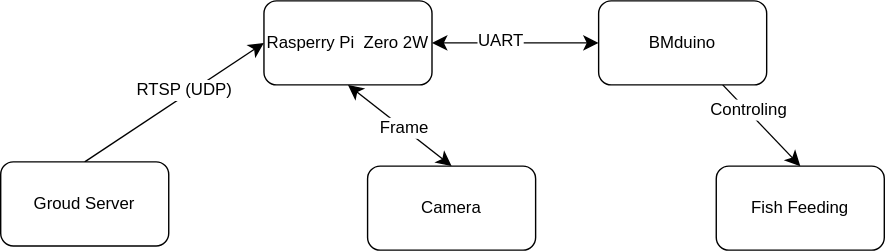
CliffyangZ/Optimal-Control-For-Aquaculture keeps this draw.io diagram as assets/Sys_Arch.drawio.svg. Above is the earlier version. Source tidied: cells renumbered, new cells last; positions are measured from the earlier drawing's top-left corner, leaving out a move shared by most shapes. Source of this version:
```xml
<mxGraphModel>
  <root>
    <mxCell id="0" />
    <mxCell id="1" parent="0" />
    <mxCell id="2" style="edgeStyle=none;curved=1;rounded=0;jettySize=auto;html=1;entryX=0;entryY=0.5;entryDx=0;entryDy=0;fontSize=12;startSize=8;endSize=8;exitX=0.5;exitY=0;exitDx=0;exitDy=0;" parent="1" edge="1" source="11" target="4">
      <mxGeometry relative="1" as="geometry" />
    </mxCell>
    <mxCell id="3" value="RTSP (UDP)" style="edgeLabel;html=1;align=center;verticalAlign=middle;fontSize=12;" parent="2" vertex="1">
      <mxGeometry x="0.13" y="4" relative="1" as="geometry">
        <mxPoint x="1" as="offset" />
      </mxGeometry>
    </mxCell>
    <mxCell id="4" value="Rasperry Pi&amp;nbsp; Zero 2W" style="rounded=1;whiteSpace=wrap;html=1;" parent="1" vertex="1">
      <mxGeometry x="188" width="120" height="60" as="geometry" />
    </mxCell>
    <mxCell id="5" style="edgeStyle=none;curved=1;rounded=0;jettySize=auto;html=1;entryX=0.5;entryY=0;entryDx=0;entryDy=0;fontSize=12;startSize=8;endSize=8;" parent="1" edge="1" source="7" target="8">
      <mxGeometry relative="1" as="geometry" />
    </mxCell>
    <mxCell id="6" value="Controling" style="edgeLabel;html=1;align=center;verticalAlign=middle;fontSize=12;" parent="5" vertex="1">
      <mxGeometry x="-0.4" y="1" relative="1" as="geometry" />
    </mxCell>
    <mxCell id="7" value="BMduino" style="rounded=1;whiteSpace=wrap;html=1;" parent="1" vertex="1">
      <mxGeometry x="427" width="120" height="60" as="geometry" />
    </mxCell>
    <mxCell id="8" value="Fish Feeding" style="rounded=1;whiteSpace=wrap;html=1;" parent="1" vertex="1">
      <mxGeometry x="511" y="118" width="120" height="60" as="geometry" />
    </mxCell>
    <mxCell id="9" style="endArrow=classic;startArrow=classic;html=1;rounded=0;fontSize=12;startSize=8;endSize=8;curved=1;exitX=1;exitY=0.5;exitDx=0;exitDy=0;entryX=0;entryY=0.5;entryDx=0;entryDy=0;" parent="1" edge="1" source="4" target="7">
      <mxGeometry relative="1" as="geometry" />
    </mxCell>
    <mxCell id="10" value="UART" style="edgeLabel;html=1;align=center;verticalAlign=middle;fontSize=12;" parent="9" vertex="1">
      <mxGeometry x="-0.19" y="1" relative="1" as="geometry" />
    </mxCell>
    <mxCell id="11" value="Groud Server" style="rounded=1;whiteSpace=wrap;html=1;" parent="1" vertex="1">
      <mxGeometry y="115" width="120" height="60" as="geometry" />
    </mxCell>
    <mxCell id="12" value="Camera" style="rounded=1;whiteSpace=wrap;html=1;" parent="1" vertex="1">
      <mxGeometry x="262" y="118" width="120" height="60" as="geometry" />
    </mxCell>
    <mxCell id="13" style="endArrow=classic;startArrow=classic;html=1;rounded=0;fontSize=12;startSize=8;endSize=8;curved=1;entryX=0.5;entryY=0;entryDx=0;entryDy=0;exitX=0.5;exitY=1;exitDx=0;exitDy=0;" parent="1" edge="1" source="4" target="12">
      <mxGeometry relative="1" as="geometry" />
    </mxCell>
    <mxCell id="14" value="Frame" style="edgeLabel;html=1;align=center;verticalAlign=middle;fontSize=12;" parent="13" vertex="1">
      <mxGeometry x="0.07" relative="1" as="geometry" />
    </mxCell>
  </root>
</mxGraphModel>
```
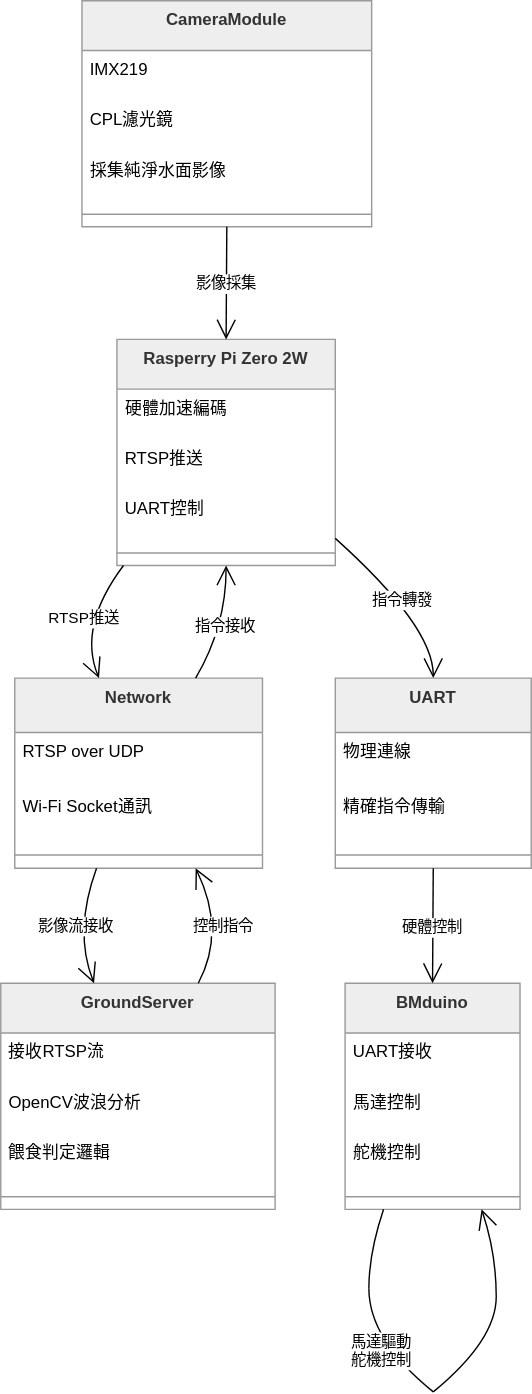
The same diagram one commit later.

Diff of the diagram source:
```diff
@@ -2,46 +2,158 @@
   <root>
     <mxCell id="0" />
     <mxCell id="1" parent="0" />
-    <mxCell id="2" style="edgeStyle=none;curved=1;rounded=0;jettySize=auto;html=1;entryX=0;entryY=0.5;entryDx=0;entryDy=0;fontSize=12;startSize=8;endSize=8;exitX=0.5;exitY=0;exitDx=0;exitDy=0;" parent="1" edge="1" source="11" target="4">
-      <mxGeometry relative="1" as="geometry" />
+    <mxCell id="2" value="CameraModule" style="swimlane;fontStyle=1;align=center;verticalAlign=top;horizontal=1;startSize=35.55555555555556;fillColor=light-dark(#eeeeee,#1f2020);strokeColor=light-dark(#999999,#cccccc);fontColor=light-dark(#333333,#cccccc);" parent="1" vertex="1">
+      <mxGeometry x="-613" y="376" width="207" height="161.6" as="geometry" />
     </mxCell>
-    <mxCell id="3" value="RTSP (UDP)" style="edgeLabel;html=1;align=center;verticalAlign=middle;fontSize=12;" parent="2" vertex="1">
-      <mxGeometry x="0.13" y="4" relative="1" as="geometry">
-        <mxPoint x="1" as="offset" />
-      </mxGeometry>
+    <mxCell id="3" value="IMX219" style="text;strokeColor=none;fillColor=none;align=left;verticalAlign=top;spacingLeft=4;spacingRight=4;overflow=hidden;" parent="2" vertex="1">
+      <mxGeometry y="35.6" width="207" height="36" as="geometry" />
     </mxCell>
-    <mxCell id="4" value="Rasperry Pi&amp;nbsp; Zero 2W" style="rounded=1;whiteSpace=wrap;html=1;" parent="1" vertex="1">
-      <mxGeometry x="188" width="120" height="60" as="geometry" />
+    <mxCell id="4" value="CPL濾光鏡" style="text;strokeColor=none;fillColor=none;align=left;verticalAlign=top;spacingLeft=4;spacingRight=4;overflow=hidden;points=[[0,0.5],[1,0.5]];portConstraint=eastwest;" parent="2" vertex="1">
+      <mxGeometry y="71.6" width="207" height="36" as="geometry" />
     </mxCell>
-    <mxCell id="5" style="edgeStyle=none;curved=1;rounded=0;jettySize=auto;html=1;entryX=0.5;entryY=0;entryDx=0;entryDy=0;fontSize=12;startSize=8;endSize=8;" parent="1" edge="1" source="7" target="8">
-      <mxGeometry relative="1" as="geometry" />
+    <mxCell id="5" value="採集純淨水面影像" style="text;strokeColor=none;fillColor=none;align=left;verticalAlign=top;spacingLeft=4;spacingRight=4;overflow=hidden;" parent="2" vertex="1">
+      <mxGeometry y="107.6" width="207" height="36" as="geometry" />
     </mxCell>
-    <mxCell id="6" value="Controling" style="edgeLabel;html=1;align=center;verticalAlign=middle;fontSize=12;" parent="5" vertex="1">
-      <mxGeometry x="-0.4" y="1" relative="1" as="geometry" />
+    <mxCell id="6" style="line;strokeWidth=1;fillColor=none;align=left;verticalAlign=middle;spacingTop=-1;spacingLeft=3;spacingRight=3;labelPosition=right;strokeColor=inherit;" parent="2" vertex="1">
+      <mxGeometry y="143.6" width="207" height="18" as="geometry" />
     </mxCell>
-    <mxCell id="7" value="BMduino" style="rounded=1;whiteSpace=wrap;html=1;" parent="1" vertex="1">
-      <mxGeometry x="427" width="120" height="60" as="geometry" />
+    <mxCell id="7" value="Rasperry Pi Zero 2W" style="swimlane;fontStyle=1;align=center;verticalAlign=top;horizontal=1;startSize=35.55555555555556;fillColor=light-dark(#eeeeee,#1f2020);strokeColor=light-dark(#999999,#cccccc);fontColor=light-dark(#333333,#cccccc);" parent="1" vertex="1">
+      <mxGeometry x="-588" y="618" width="156" height="161.6" as="geometry" />
     </mxCell>
-    <mxCell id="8" value="Fish Feeding" style="rounded=1;whiteSpace=wrap;html=1;" parent="1" vertex="1">
-      <mxGeometry x="511" y="118" width="120" height="60" as="geometry" />
+    <mxCell id="8" value="硬體加速編碼" style="text;strokeColor=none;fillColor=none;align=left;verticalAlign=top;spacingLeft=4;spacingRight=4;overflow=hidden;points=[[0,0.5],[1,0.5]];portConstraint=eastwest;" parent="7" vertex="1">
+      <mxGeometry y="35.6" width="156" height="36" as="geometry" />
     </mxCell>
-    <mxCell id="9" style="endArrow=classic;startArrow=classic;html=1;rounded=0;fontSize=12;startSize=8;endSize=8;curved=1;exitX=1;exitY=0.5;exitDx=0;exitDy=0;entryX=0;entryY=0.5;entryDx=0;entryDy=0;" parent="1" edge="1" source="4" target="7">
-      <mxGeometry relative="1" as="geometry" />
+    <mxCell id="9" value="RTSP推送" style="text;strokeColor=none;fillColor=none;align=left;verticalAlign=top;spacingLeft=4;spacingRight=4;overflow=hidden;" parent="7" vertex="1">
+      <mxGeometry y="71.6" width="156" height="36" as="geometry" />
     </mxCell>
-    <mxCell id="10" value="UART" style="edgeLabel;html=1;align=center;verticalAlign=middle;fontSize=12;" parent="9" vertex="1">
-      <mxGeometry x="-0.19" y="1" relative="1" as="geometry" />
+    <mxCell id="10" value="UART控制" style="text;strokeColor=none;fillColor=none;align=left;verticalAlign=top;spacingLeft=4;spacingRight=4;overflow=hidden;" parent="7" vertex="1">
+      <mxGeometry y="107.6" width="156" height="36" as="geometry" />
     </mxCell>
-    <mxCell id="11" value="Groud Server" style="rounded=1;whiteSpace=wrap;html=1;" parent="1" vertex="1">
-      <mxGeometry y="115" width="120" height="60" as="geometry" />
+    <mxCell id="11" style="line;strokeWidth=1;fillColor=none;align=left;verticalAlign=middle;spacingTop=-1;spacingLeft=3;spacingRight=3;labelPosition=right;points=[];portConstraint=eastwest;strokeColor=inherit;" parent="7" vertex="1">
+      <mxGeometry y="143.6" width="156" height="18" as="geometry" />
     </mxCell>
-    <mxCell id="12" value="Camera" style="rounded=1;whiteSpace=wrap;html=1;" parent="1" vertex="1">
-      <mxGeometry x="262" y="118" width="120" height="60" as="geometry" />
+    <mxCell id="12" value="GroundServer" style="swimlane;fontStyle=1;align=center;verticalAlign=top;horizontal=1;startSize=35.55555555555556;fillColor=light-dark(#eeeeee,#1f2020);strokeColor=light-dark(#999999,#cccccc);fontColor=light-dark(#333333,#cccccc);" parent="1" vertex="1">
+      <mxGeometry x="-671" y="1078" width="196" height="161.6" as="geometry" />
     </mxCell>
-    <mxCell id="13" style="endArrow=classic;startArrow=classic;html=1;rounded=0;fontSize=12;startSize=8;endSize=8;curved=1;entryX=0.5;entryY=0;entryDx=0;entryDy=0;exitX=0.5;exitY=1;exitDx=0;exitDy=0;" parent="1" edge="1" source="4" target="12">
-      <mxGeometry relative="1" as="geometry" />
+    <mxCell id="13" value="接收RTSP流" style="text;strokeColor=none;fillColor=none;align=left;verticalAlign=top;spacingLeft=4;spacingRight=4;overflow=hidden;" parent="12" vertex="1">
+      <mxGeometry y="35.6" width="196" height="36" as="geometry" />
     </mxCell>
-    <mxCell id="14" value="Frame" style="edgeLabel;html=1;align=center;verticalAlign=middle;fontSize=12;" parent="13" vertex="1">
-      <mxGeometry x="0.07" relative="1" as="geometry" />
+    <mxCell id="14" value="OpenCV波浪分析" style="text;strokeColor=none;fillColor=none;align=left;verticalAlign=top;spacingLeft=4;spacingRight=4;overflow=hidden;" parent="12" vertex="1">
+      <mxGeometry y="71.6" width="196" height="36" as="geometry" />
     </mxCell>
+    <mxCell id="15" value="餵食判定邏輯" style="text;strokeColor=none;fillColor=none;align=left;verticalAlign=top;spacingLeft=4;spacingRight=4;overflow=hidden;" parent="12" vertex="1">
+      <mxGeometry y="107.6" width="196" height="36" as="geometry" />
+    </mxCell>
+    <mxCell id="16" style="line;strokeWidth=1;fillColor=none;align=left;verticalAlign=middle;spacingTop=-1;spacingLeft=3;spacingRight=3;labelPosition=right;strokeColor=inherit;" parent="12" vertex="1">
+      <mxGeometry y="143.6" width="196" height="18" as="geometry" />
+    </mxCell>
+    <mxCell id="17" value="BMduino" style="swimlane;fontStyle=1;align=center;verticalAlign=top;horizontal=1;startSize=35.55555555555556;fillColor=light-dark(#eeeeee,#1f2020);strokeColor=light-dark(#999999,#cccccc);fontColor=light-dark(#333333,#cccccc);" parent="1" vertex="1">
+      <mxGeometry x="-425" y="1078" width="125" height="161.6" as="geometry" />
+    </mxCell>
+    <mxCell id="18" value="UART接收" style="text;strokeColor=none;fillColor=none;align=left;verticalAlign=top;spacingLeft=4;spacingRight=4;overflow=hidden;" parent="17" vertex="1">
+      <mxGeometry y="35.6" width="125" height="36" as="geometry" />
+    </mxCell>
+    <mxCell id="19" value="馬達控制" style="text;strokeColor=none;fillColor=none;align=left;verticalAlign=top;spacingLeft=4;spacingRight=4;overflow=hidden;" parent="17" vertex="1">
+      <mxGeometry y="71.6" width="125" height="36" as="geometry" />
+    </mxCell>
+    <mxCell id="20" value="舵機控制" style="text;strokeColor=none;fillColor=none;align=left;verticalAlign=top;spacingLeft=4;spacingRight=4;overflow=hidden;" parent="17" vertex="1">
+      <mxGeometry y="107.6" width="125" height="36" as="geometry" />
+    </mxCell>
+    <mxCell id="21" style="line;strokeWidth=1;fillColor=none;align=left;verticalAlign=middle;spacingTop=-1;spacingLeft=3;spacingRight=3;labelPosition=right;strokeColor=inherit;" parent="17" vertex="1">
+      <mxGeometry y="143.6" width="125" height="18" as="geometry" />
+    </mxCell>
+    <mxCell id="22" value="Network" style="swimlane;fontStyle=1;align=center;verticalAlign=top;horizontal=1;startSize=38.857142857142854;fillColor=light-dark(#eeeeee,#1f2020);strokeColor=light-dark(#999999,#cccccc);fontColor=light-dark(#333333,#cccccc);" parent="1" vertex="1">
+      <mxGeometry x="-661" y="860" width="177" height="135.9" as="geometry" />
+    </mxCell>
+    <mxCell id="23" value="RTSP over UDP" style="text;strokeColor=none;fillColor=none;align=left;verticalAlign=top;spacingLeft=4;spacingRight=4;overflow=hidden;" parent="22" vertex="1">
+      <mxGeometry y="38.9" width="177" height="39" as="geometry" />
+    </mxCell>
+    <mxCell id="24" value="Wi-Fi Socket通訊" style="text;strokeColor=none;fillColor=none;align=left;verticalAlign=top;spacingLeft=4;spacingRight=4;overflow=hidden;" parent="22" vertex="1">
+      <mxGeometry y="77.9" width="177" height="39" as="geometry" />
+    </mxCell>
+    <mxCell id="25" style="line;strokeWidth=1;fillColor=none;align=left;verticalAlign=middle;spacingTop=-1;spacingLeft=3;spacingRight=3;labelPosition=right;strokeColor=inherit;" parent="22" vertex="1">
+      <mxGeometry y="116.9" width="177" height="19" as="geometry" />
+    </mxCell>
+    <mxCell id="26" value="UART" style="swimlane;fontStyle=1;align=center;verticalAlign=top;horizontal=1;startSize=38.857142857142854;fillColor=light-dark(#eeeeee,#1f2020);strokeColor=light-dark(#999999,#cccccc);fontColor=light-dark(#333333,#cccccc);" parent="1" vertex="1">
+      <mxGeometry x="-432" y="860" width="140" height="135.9" as="geometry" />
+    </mxCell>
+    <mxCell id="27" value="物理連線" style="text;strokeColor=none;fillColor=none;align=left;verticalAlign=top;spacingLeft=4;spacingRight=4;overflow=hidden;" parent="26" vertex="1">
+      <mxGeometry y="38.9" width="140" height="39" as="geometry" />
+    </mxCell>
+    <mxCell id="28" value="精確指令傳輸" style="text;strokeColor=none;fillColor=none;align=left;verticalAlign=top;spacingLeft=4;spacingRight=4;overflow=hidden;" parent="26" vertex="1">
+      <mxGeometry y="77.9" width="140" height="39" as="geometry" />
+    </mxCell>
+    <mxCell id="29" style="line;strokeWidth=1;fillColor=none;align=left;verticalAlign=middle;spacingTop=-1;spacingLeft=3;spacingRight=3;labelPosition=right;strokeColor=inherit;" parent="26" vertex="1">
+      <mxGeometry y="116.9" width="140" height="19" as="geometry" />
+    </mxCell>
+    <mxCell id="30" style="whiteSpace=wrap;strokeWidth=2;fillColor=light-dark(#eeeeee,#1f2020);strokeColor=light-dark(#999999,#cccccc);fontColor=light-dark(#333333,#cccccc);" parent="1" vertex="1">
+      <mxGeometry x="-408" y="1296" as="geometry" />
+    </mxCell>
+    <mxCell id="31" style="whiteSpace=wrap;strokeWidth=2;fillColor=light-dark(#eeeeee,#1f2020);strokeColor=light-dark(#999999,#cccccc);fontColor=light-dark(#333333,#cccccc);" parent="1" vertex="1">
+      <mxGeometry x="-362" y="1370" as="geometry" />
+    </mxCell>
+    <mxCell id="32" value="影像採集" style="curved=1;startArrow=none;endArrow=open;endSize=12;exitX=0.5;exitY=1;entryX=0.5;entryY=0;rounded=0;" parent="1" edge="1" source="2" target="7">
+      <mxGeometry relative="1" as="geometry" />
+    </mxCell>
+    <mxCell id="33" value="RTSP推送" style="curved=1;startArrow=none;endArrow=open;endSize=12;exitX=0.03;exitY=1;entryX=0.34;entryY=0;rounded=0;" parent="1" edge="1" source="7" target="22">
+      <mxGeometry relative="1" as="geometry">
+        <Array as="points">
+          <mxPoint x="-616" y="823" />
+        </Array>
+      </mxGeometry>
+    </mxCell>
+    <mxCell id="34" value="影像流接收" style="curved=1;startArrow=none;endArrow=open;endSize=12;exitX=0.33;exitY=1;entryX=0.34;entryY=0;rounded=0;" parent="1" edge="1" source="22" target="12">
+      <mxGeometry relative="1" as="geometry">
+        <Array as="points">
+          <mxPoint x="-619" y="1041" />
+        </Array>
+      </mxGeometry>
+    </mxCell>
+    <mxCell id="35" value="控制指令" style="curved=1;startArrow=none;endArrow=open;endSize=12;exitX=0.72;exitY=0;entryX=0.73;entryY=1;rounded=0;" parent="1" edge="1" source="12" target="22">
+      <mxGeometry relative="1" as="geometry">
+        <Array as="points">
+          <mxPoint x="-510" y="1041" />
+        </Array>
+      </mxGeometry>
+    </mxCell>
+    <mxCell id="36" value="指令接收" style="curved=1;startArrow=none;endArrow=open;endSize=12;exitX=0.73;exitY=0;entryX=0.5;entryY=1;rounded=0;" parent="1" edge="1" source="22" target="7">
+      <mxGeometry relative="1" as="geometry">
+        <Array as="points">
+          <mxPoint x="-510" y="823" />
+        </Array>
+      </mxGeometry>
+    </mxCell>
+    <mxCell id="37" value="指令轉發" style="curved=1;startArrow=none;endArrow=open;endSize=12;exitX=1;exitY=0.88;entryX=0.5;entryY=0;rounded=0;" parent="1" edge="1" source="7" target="26">
+      <mxGeometry relative="1" as="geometry">
+        <Array as="points">
+          <mxPoint x="-362" y="823" />
+        </Array>
+      </mxGeometry>
+    </mxCell>
+    <mxCell id="38" value="硬體控制" style="curved=1;startArrow=none;endArrow=open;endSize=12;exitX=0.5;exitY=1;entryX=0.5;entryY=0;rounded=0;" parent="1" edge="1" source="26" target="17">
+      <mxGeometry relative="1" as="geometry" />
+    </mxCell>
+    <mxCell id="39" style="curved=1;startArrow=none;endArrow=none;exitX=0.22;exitY=1;entryX=Infinity;entryY=NaN;rounded=0;" parent="1" edge="1" source="17" target="30">
+      <mxGeometry relative="1" as="geometry">
+        <Array as="points">
+          <mxPoint x="-408" y="1271" />
+        </Array>
+      </mxGeometry>
+    </mxCell>
+    <mxCell id="40" value="馬達驅動&#10;舵機控制" style="curved=1;startArrow=none;endArrow=none;exitX=Infinity;exitY=Infinity;entryX=-Infinity;entryY=Infinity;rounded=0;" parent="1" edge="1" source="30" target="31">
+      <mxGeometry relative="1" as="geometry">
+        <Array as="points">
+          <mxPoint x="-408" y="1333" />
+        </Array>
+      </mxGeometry>
+    </mxCell>
+    <mxCell id="41" style="curved=1;startArrow=none;endArrow=open;endSize=12;exitX=-Infinity;exitY=Infinity;entryX=0.78;entryY=1;rounded=0;" parent="1" edge="1" source="31" target="17">
+      <mxGeometry relative="1" as="geometry">
+        <Array as="points">
+          <mxPoint x="-317" y="1333" />
+          <mxPoint x="-317" y="1271" />
+        </Array>
+      </mxGeometry>
+    </mxCell>
   </root>
 </mxGraphModel>
```
